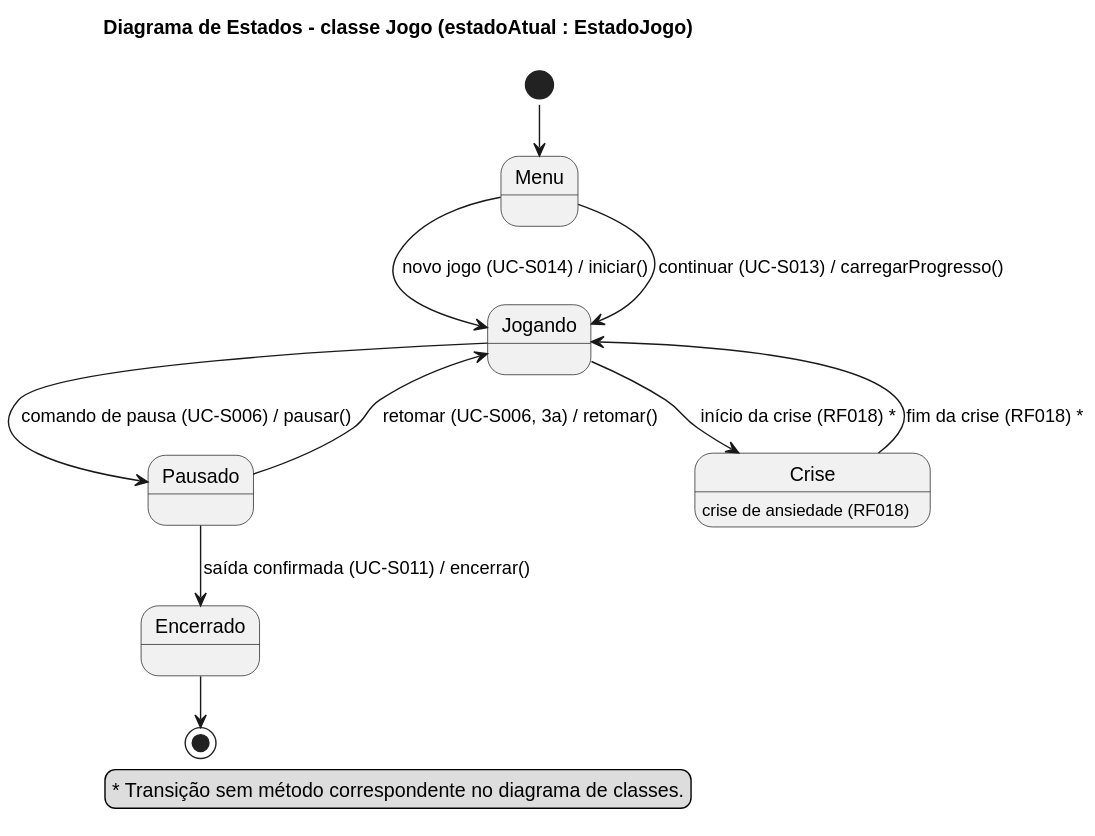
Before: docs/diagramas/estados-jogo.svg, a diagram exported from PlantUML (omatheusfaria/Ani).
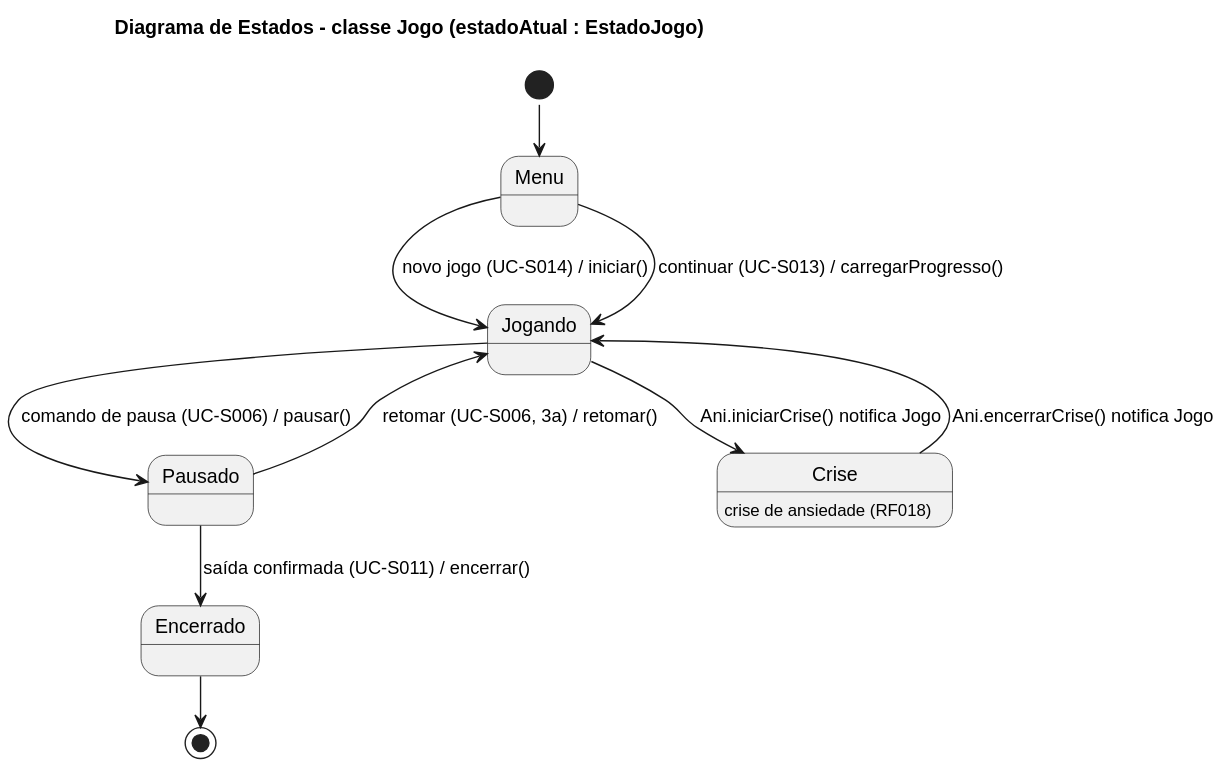
After the change.

Commit message:
Acrescenta a Ani os métodos iniciarCrise() e encerrarCrise(), que notificam Jogo (item 60, decisão 2)

What changed in the source:
```diff
@@ -13,12 +13,8 @@
 Menu --> Jogando : continuar (UC-S013) / carregarProgresso()
 Jogando --> Pausado : comando de pausa (UC-S006) / pausar()
 Pausado --> Jogando : retomar (UC-S006, 3a) / retomar()
-Jogando --> Crise : início da crise (RF018) *
-Crise --> Jogando : fim da crise (RF018) *
+Jogando --> Crise : Ani.iniciarCrise() notifica Jogo
+Crise --> Jogando : Ani.encerrarCrise() notifica Jogo
 Pausado --> Encerrado : saída confirmada (UC-S011) / encerrar()
 Encerrado --> [*]
-
-legend bottom
-  ~* Transição sem método correspondente no diagrama de classes.
-endlegend
 @enduml
```
